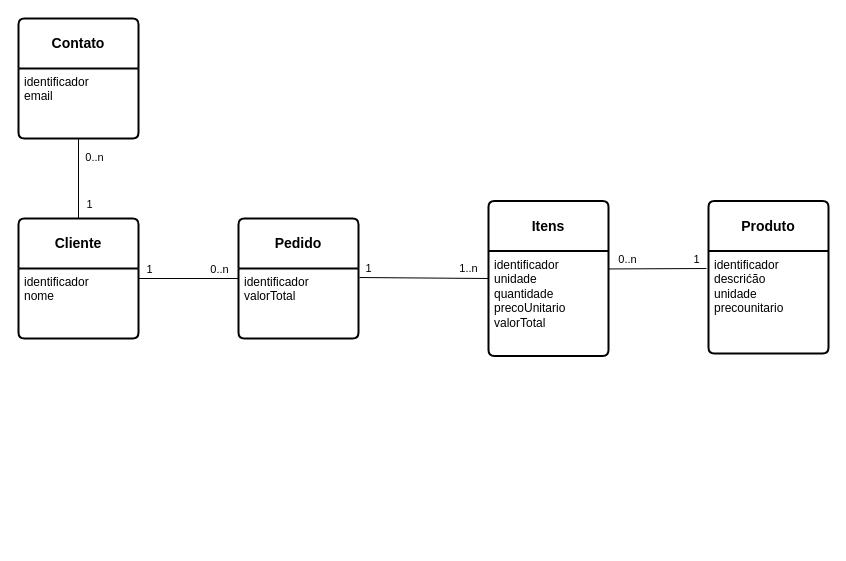
Before: page "Fiado" (2 of 2) of patterns/Algafood.drawio in bcmes/diagrams, a draw.io diagram. Source tidied: cells renumbered, new cells numbered last; positions are measured from the earlier drawing's top-left corner, leaving out a move shared by most shapes. Both pictures are drawn from the tidied source at 100%, with x=0, y=0 at pixel (18, 18).
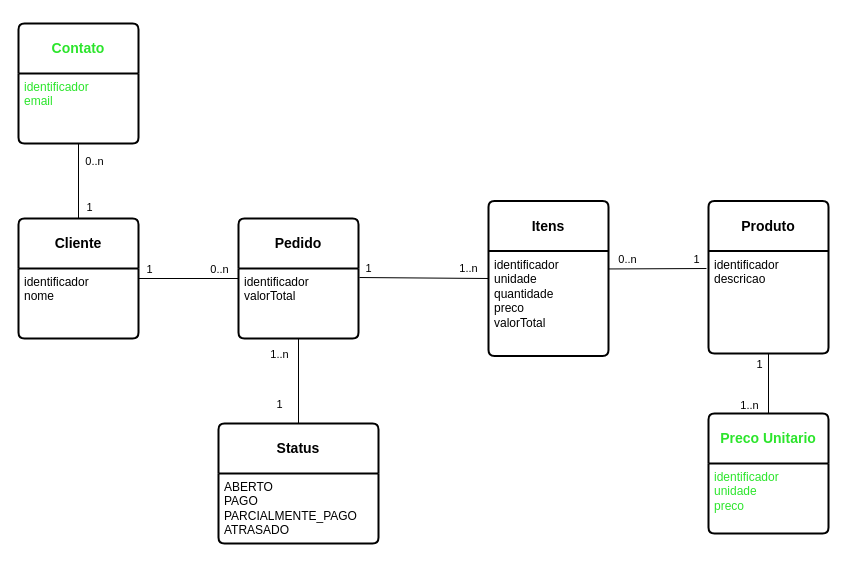
After the change.

The change refers to these unchanged cells:
```xml
<mxCell id="4" value="&lt;b&gt;Pedido&lt;/b&gt;" style="swimlane;horizontal=1;startSize=50;rounded=1;fontSize=14;fontStyle=0;strokeWidth=2;shadow=0;dashed=0;align=center;arcSize=4;whiteSpace=wrap;html=1;" parent="1" vertex="1">
  <mxGeometry x="220" y="200" width="120" height="120" as="geometry" />
</mxCell>
<mxCell id="9" value="&lt;b&gt;Itens&lt;/b&gt;" style="swimlane;horizontal=1;startSize=50;rounded=1;fontSize=14;fontStyle=0;strokeWidth=2;shadow=0;dashed=0;align=center;arcSize=4;whiteSpace=wrap;html=1;" parent="1" vertex="1">
  <mxGeometry x="470" y="182.5" width="120" height="155" as="geometry" />
</mxCell>
<mxCell id="14" value="&lt;b&gt;Produto&lt;/b&gt;" style="swimlane;horizontal=1;startSize=50;rounded=1;fontSize=14;fontStyle=0;strokeWidth=2;shadow=0;dashed=0;align=center;arcSize=4;whiteSpace=wrap;html=1;" parent="1" vertex="1">
  <mxGeometry x="690" y="182.5" width="120" height="152.5" as="geometry" />
</mxCell>
```

What changed in the source:
```diff
@@
-    <mxCell id="10" value="identificador&lt;br&gt;&lt;div&gt;unidade&lt;br&gt;&lt;/div&gt;&lt;div&gt;quantidade&lt;/div&gt;&lt;div&gt;precoUnitario&lt;/div&gt;&lt;div&gt;valorTotal&lt;br&gt;&lt;/div&gt;" style="align=left;strokeColor=none;fillColor=none;spacingLeft=4;fontSize=12;verticalAlign=top;html=1;" parent="9" vertex="1">
+    <mxCell id="10" value="identificador&lt;br&gt;&lt;div&gt;unidade&lt;br&gt;&lt;/div&gt;&lt;div&gt;quantidade&lt;/div&gt;&lt;div&gt;preco&lt;/div&gt;&lt;div&gt;valorTotal&lt;/div&gt;" style="align=left;strokeColor=none;fillColor=none;spacingLeft=4;fontSize=12;verticalAlign=top;html=1;" parent="9" vertex="1">
       <mxGeometry y="50" width="120" height="105" as="geometry" />
     </mxCell>
@@
-    <mxCell id="15" value="&lt;div&gt;identificador&lt;/div&gt;&lt;div&gt;descrićão&lt;/div&gt;&lt;div&gt;unidade&lt;/div&gt;&lt;div&gt;precounitario&lt;br&gt;&lt;/div&gt;" style="align=left;strokeColor=none;fillColor=none;spacingLeft=4;fontSize=12;verticalAlign=top;html=1;" parent="14" vertex="1">
+    <mxCell id="15" value="&lt;div&gt;identificador&lt;/div&gt;&lt;div&gt;descricao&lt;/div&gt;" style="align=left;strokeColor=none;fillColor=none;spacingLeft=4;fontSize=12;verticalAlign=top;html=1;" parent="14" vertex="1">
       <mxGeometry y="50" width="120" height="102.5" as="geometry" />
     </mxCell>
@@
-    <mxCell id="19" value="&lt;b&gt;Contato&lt;/b&gt;" style="swimlane;horizontal=1;startSize=50;rounded=1;fontSize=14;fontStyle=0;strokeWidth=2;shadow=0;dashed=0;align=center;arcSize=4;whiteSpace=wrap;html=1;" parent="1" vertex="1">
-      <mxGeometry width="120" height="120" as="geometry" />
+    <mxCell id="19" value="&lt;b&gt;Contato&lt;/b&gt;" style="swimlane;horizontal=1;startSize=50;rounded=1;fontSize=14;fontStyle=0;strokeWidth=2;shadow=0;dashed=0;align=center;arcSize=4;whiteSpace=wrap;html=1;fontColor=#2CE52C;" parent="1" vertex="1">
+      <mxGeometry y="5" width="120" height="120" as="geometry" />
     </mxCell>
-    <mxCell id="20" value="identificador&lt;br&gt;&lt;div&gt;email&lt;/div&gt;" style="align=left;strokeColor=none;fillColor=none;spacingLeft=4;fontSize=12;verticalAlign=top;html=1;" parent="19" vertex="1">
+    <mxCell id="20" value="&lt;font color=&quot;#2ce52c&quot;&gt;identificador&lt;br&gt;&lt;/font&gt;&lt;div&gt;&lt;font color=&quot;#2ce52c&quot;&gt;email&lt;/font&gt;&lt;/div&gt;" style="align=left;strokeColor=none;fillColor=none;spacingLeft=4;fontSize=12;verticalAlign=top;html=1;" parent="19" vertex="1">
       <mxGeometry y="50" width="120" height="70" as="geometry" />
     </mxCell>
@@
+    <mxCell id="24" value="&lt;b&gt;Preco Unitario&lt;br&gt;&lt;/b&gt;" style="swimlane;horizontal=1;startSize=50;rounded=1;fontSize=14;fontStyle=0;strokeWidth=2;shadow=0;dashed=0;align=center;arcSize=4;whiteSpace=wrap;html=1;fontColor=#2CE52C;" parent="1" vertex="1">
+      <mxGeometry x="690" y="395" width="120" height="120" as="geometry" />
+    </mxCell>
+    <mxCell id="25" value="&lt;div&gt;&lt;font color=&quot;#2ce52c&quot;&gt;identificador&lt;/font&gt;&lt;/div&gt;&lt;div&gt;&lt;font color=&quot;#2ce52c&quot;&gt;unidade&lt;br&gt;&lt;/font&gt;&lt;/div&gt;&lt;font color=&quot;#2ce52c&quot;&gt;preco&lt;/font&gt;" style="align=left;strokeColor=none;fillColor=none;spacingLeft=4;fontSize=12;verticalAlign=top;html=1;" parent="24" vertex="1">
+      <mxGeometry y="50" width="120" height="70" as="geometry" />
+    </mxCell>
+    <mxCell id="26" style="endArrow=none;html=1;rounded=0;exitX=0.5;exitY=0;exitDx=0;exitDy=0;entryX=0.5;entryY=1;entryDx=0;entryDy=0;" parent="1" edge="1" source="24" target="14">
+      <mxGeometry relative="1" as="geometry" />
+    </mxCell>
+    <mxCell id="27" value="1" style="edgeLabel;html=1;align=center;verticalAlign=middle;" parent="26" vertex="1">
+      <mxGeometry x="0.29" relative="1" as="geometry">
+        <mxPoint x="-10" y="-11" as="offset" />
+      </mxGeometry>
+    </mxCell>
+    <mxCell id="28" value="1..n" style="edgeLabel;html=1;align=center;verticalAlign=middle;" parent="26" vertex="1">
+      <mxGeometry x="0.18" relative="1" as="geometry">
+        <mxPoint x="-20" y="26" as="offset" />
+      </mxGeometry>
+    </mxCell>
+    <mxCell id="29" value="&lt;b&gt;Status&lt;/b&gt;" style="swimlane;horizontal=1;startSize=50;rounded=1;fontSize=14;fontStyle=0;strokeWidth=2;shadow=0;dashed=0;align=center;arcSize=4;whiteSpace=wrap;html=1;" parent="1" vertex="1">
+      <mxGeometry x="200" y="405" width="160" height="120" as="geometry" />
+    </mxCell>
+    <mxCell id="30" value="&lt;div&gt;ABERTO&lt;/div&gt;&lt;div&gt;PAGO&lt;br&gt;&lt;/div&gt;&lt;div&gt;PARCIALMENTE_PAGO&lt;/div&gt;ATRASADO" style="align=left;strokeColor=none;fillColor=none;spacingLeft=4;fontSize=12;verticalAlign=top;html=1;" parent="29" vertex="1">
+      <mxGeometry y="50" width="160" height="70" as="geometry" />
+    </mxCell>
+    <mxCell id="31" style="endArrow=none;html=1;rounded=0;exitX=0.5;exitY=1;exitDx=0;exitDy=0;entryX=0.5;entryY=0;entryDx=0;entryDy=0;" parent="1" edge="1" source="4" target="29">
+      <mxGeometry relative="1" as="geometry" />
+    </mxCell>
+    <mxCell id="32" value="1" style="edgeLabel;html=1;align=center;verticalAlign=middle;" parent="31" vertex="1">
+      <mxGeometry x="0.29" relative="1" as="geometry">
+        <mxPoint x="-20" y="10" as="offset" />
+      </mxGeometry>
+    </mxCell>
+    <mxCell id="33" value="1..n" style="edgeLabel;html=1;align=center;verticalAlign=middle;" parent="31" vertex="1">
+      <mxGeometry x="0.18" relative="1" as="geometry">
+        <mxPoint x="-20" y="-35" as="offset" />
+      </mxGeometry>
+    </mxCell>
```
